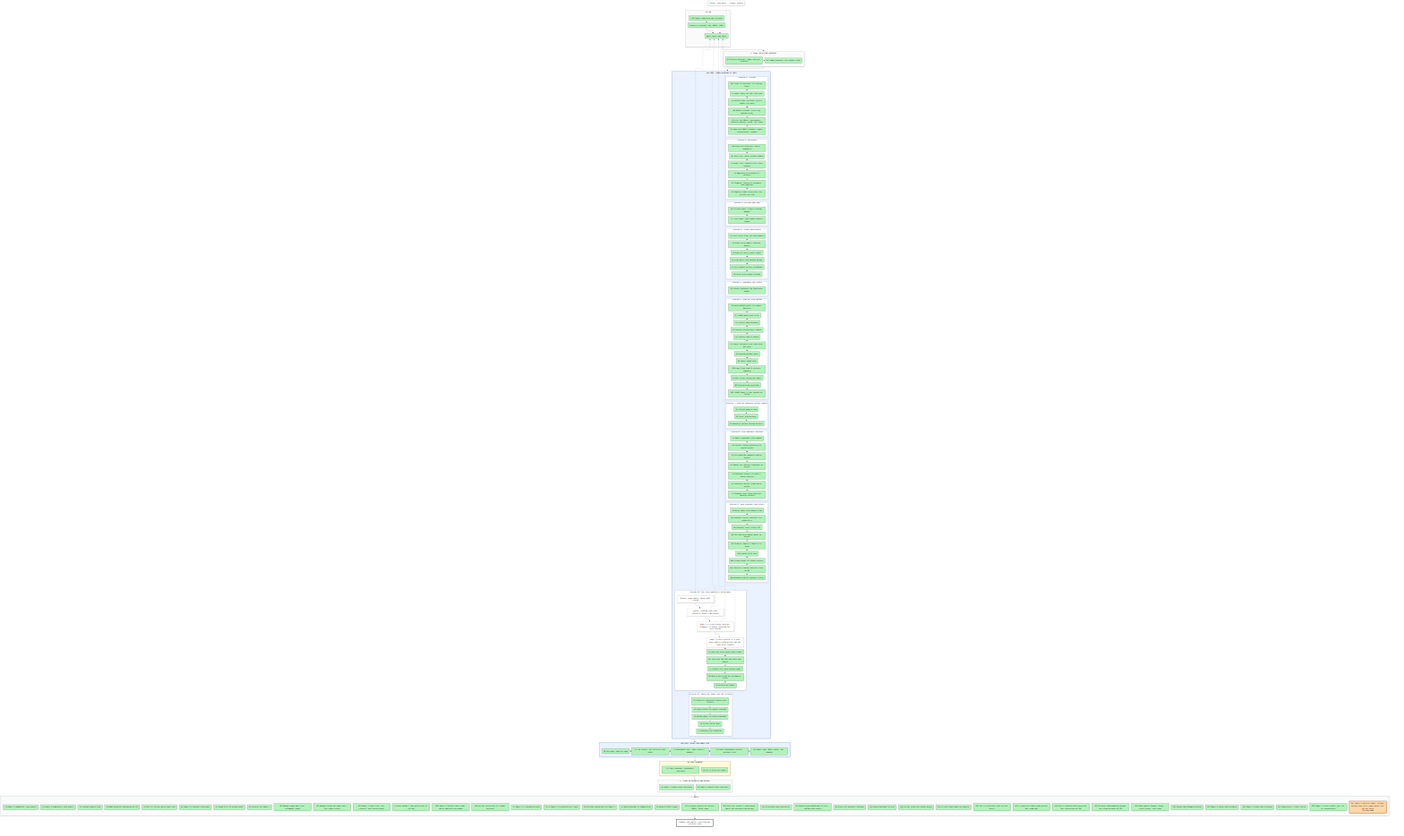
Earlier version of the Mermaid export artifacts/notes/progress/map.png (mo-rsa24/concept-composition). Its source is kept beside it as artifacts/notes/progress/map.mmd.
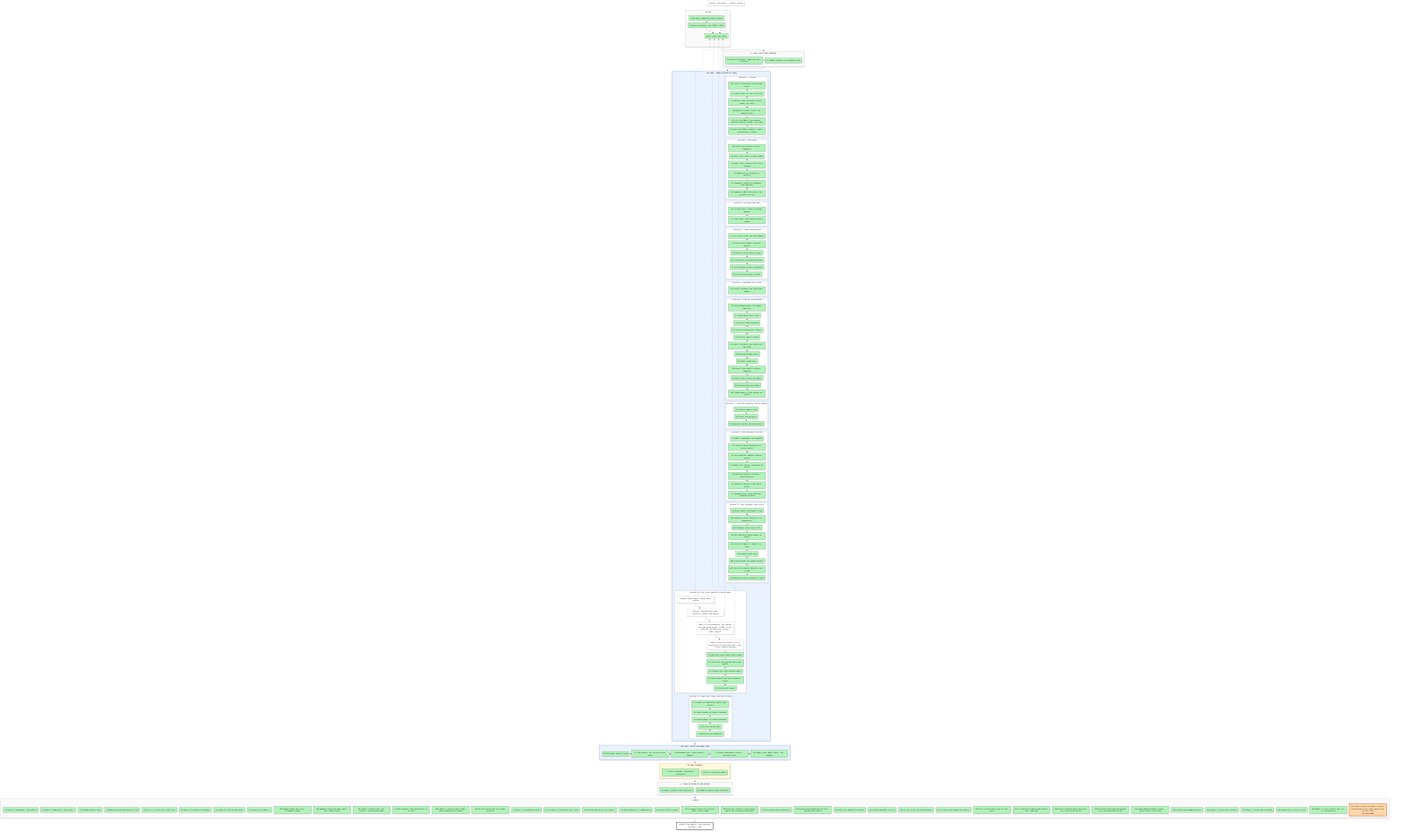
Later version of the same file.

What changed in the source:
```diff
@@ -80,8 +80,8 @@
   X0["Detour: idea walk, 7 claims, paused"]:::detour -.-> P2
   X1["Detour: zoom-ladder, about 430k tokens"]:::detour -.-> P2
   X2["Detour: reading route and pictures, about 1.8M tokens"]:::detour -.-> P2
-  X3["Paper 1's first result said no: diagnose it before choosing the next design"]:::detour -.-> P2
-  X4["Paper 2 rules version 3 (a coat never makes a body mixed) and the look-alike renders"]:::detour -.-> P2
+  X3["Paper 1's no diagnosed: the shared overlap draws purple (0.986, 0.154 with the overlap given to the lower object)"]:::detour -.-> P2
+  X4["Paper 2 rules version 3: every kind meets the agreement bar; look-alike renders running"]:::detour -.-> P2
   L1 ~~~ L2 ~~~ L3 ~~~ L4 ~~~ L5 ~~~ L6 ~~~ L7 ~~~ L8 ~~~ L9 ~~~ L10 ~~~ L11
   S0 --> SA --> LOOP --> JOIN --> CAL --> SE --> SF --> GOAL
   style S0 fill:#fafafa,stroke:#adb5bd
```
